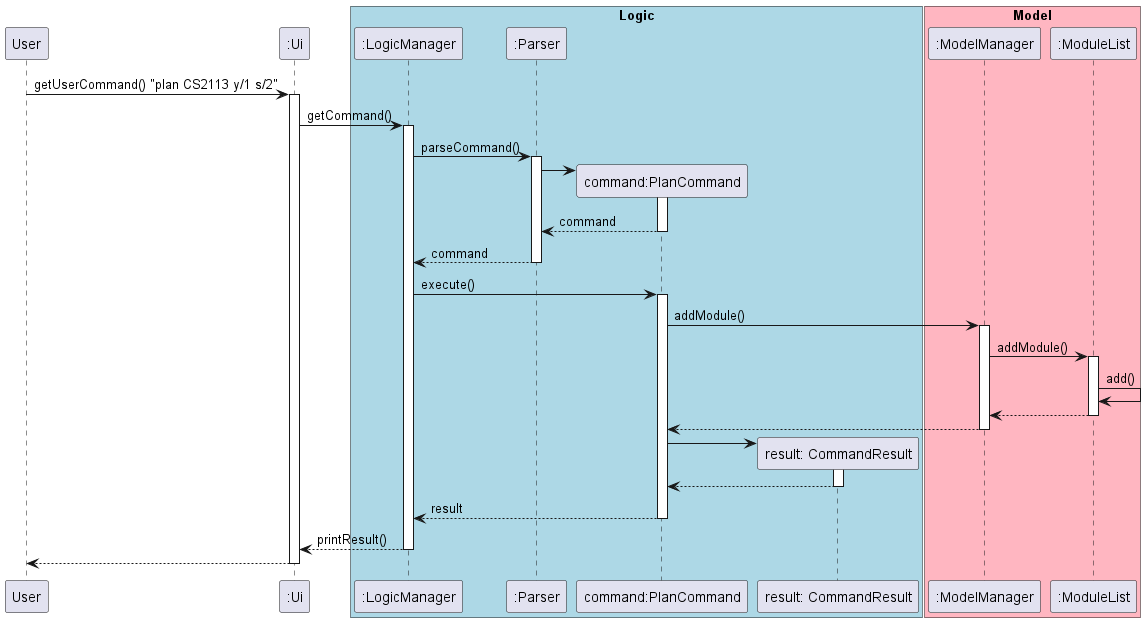
Above: docs/uml/diagrams/AddModSequence.png in sriram-senthilkr/tp (PlantUML), before the change.
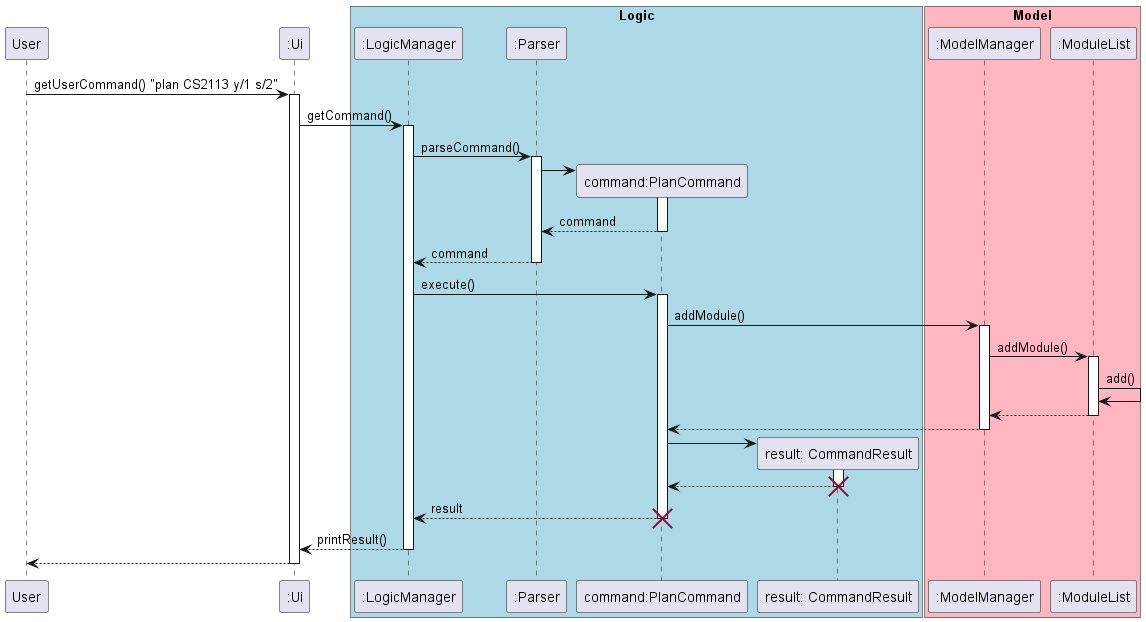
The same file after the commit.

Commit message:
Add destroy object

Diff of the diagram source:
```diff
@@ -61,10 +61,12 @@
 activate CommandResult
 CommandResult --> PlanCommand
 deactivate CommandResult
+destroy CommandResult
 
 
 PlanCommand --> LogicManager: result
 deactivate PlanCommand
+destroy PlanCommand
 
 LogicManager --> Ui: printResult()
 deactivate LogicManager
```
